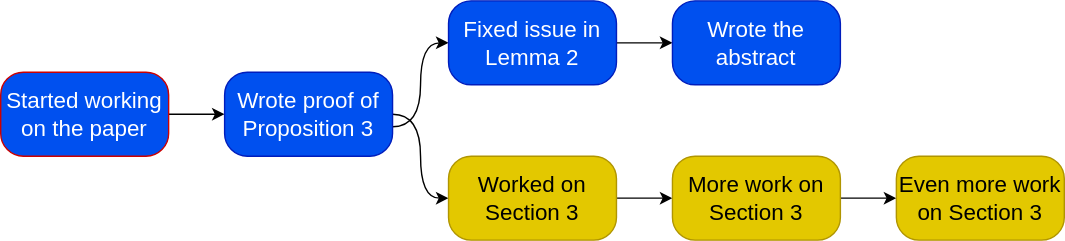
Earlier version of the draw.io export content/post/git-2-theory/history-fork.drawio.svg (nidrissi/web). Source tidied: cells renumbered, new cells last; positions are measured from the earlier drawing's top-left corner, leaving out a move shared by most shapes.
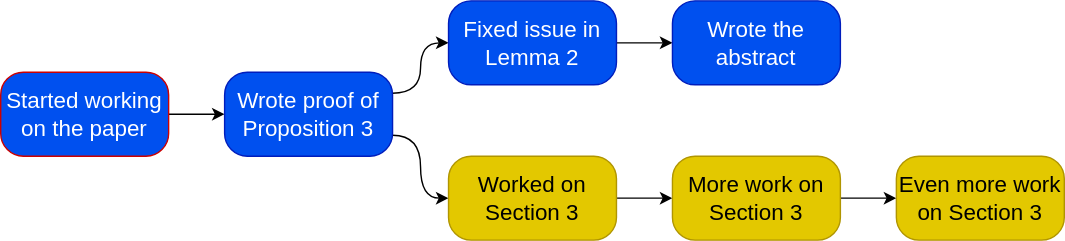
Later version of the same file.

What changed in the source:
```diff
@@ -8,12 +8,10 @@
     <mxCell id="3" value="Started working on the paper" style="whiteSpace=wrap;html=1;arcSize=27;fillColor=#0050ef;fontColor=#ffffff;strokeColor=#CC0000;fontSize=16;fontFamily=Helvetica;rounded=1;" parent="1" vertex="1">
       <mxGeometry y="51" width="120" height="60" as="geometry" />
     </mxCell>
-    <mxCell id="4" style="edgeStyle=orthogonalEdgeStyle;jettySize=auto;html=1;fontSize=16;fontFamily=Helvetica;entryX=0;entryY=0.5;entryDx=0;entryDy=0;curved=1;" parent="1" edge="1" target="8">
-      <mxGeometry relative="1" as="geometry">
-        <mxPoint x="280" y="90" as="sourcePoint" />
-      </mxGeometry>
+    <mxCell id="4" style="edgeStyle=orthogonalEdgeStyle;jettySize=auto;html=1;fontSize=16;fontFamily=Helvetica;entryX=0;entryY=0.5;entryDx=0;entryDy=0;curved=1;exitX=1;exitY=0.25;exitDx=0;exitDy=0;" parent="1" edge="1" source="6" target="8">
+      <mxGeometry relative="1" as="geometry" />
     </mxCell>
-    <mxCell id="5" style="edgeStyle=orthogonalEdgeStyle;jettySize=auto;html=1;curved=1;" parent="1" edge="1" source="6" target="11">
+    <mxCell id="5" style="edgeStyle=orthogonalEdgeStyle;jettySize=auto;html=1;curved=1;exitX=1;exitY=0.75;exitDx=0;exitDy=0;" parent="1" edge="1" source="6" target="11">
       <mxGeometry relative="1" as="geometry" />
     </mxCell>
     <mxCell id="6" value="Wrote proof of Proposition 3" style="whiteSpace=wrap;html=1;arcSize=27;fillColor=#0050ef;strokeColor=#001DBC;fontColor=#ffffff;fontSize=16;fontFamily=Helvetica;rounded=1;" parent="1" vertex="1">
```
